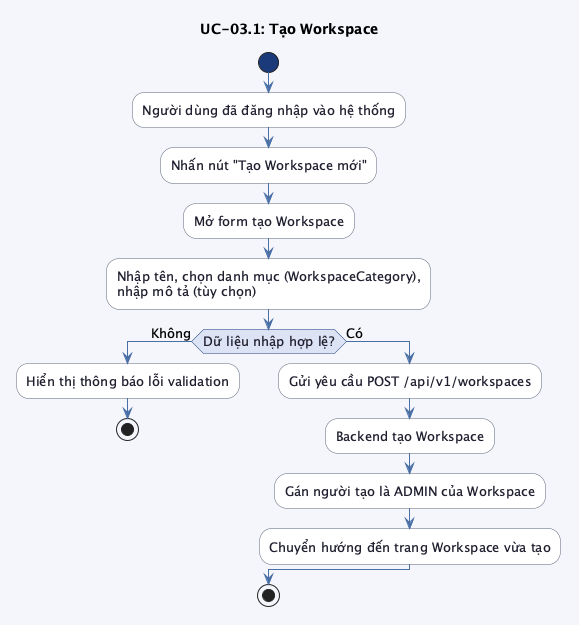
Above: src/images/chap3/activity_uc03_1.png in trongnhan34vn/trello-report (PlantUML), before the change.
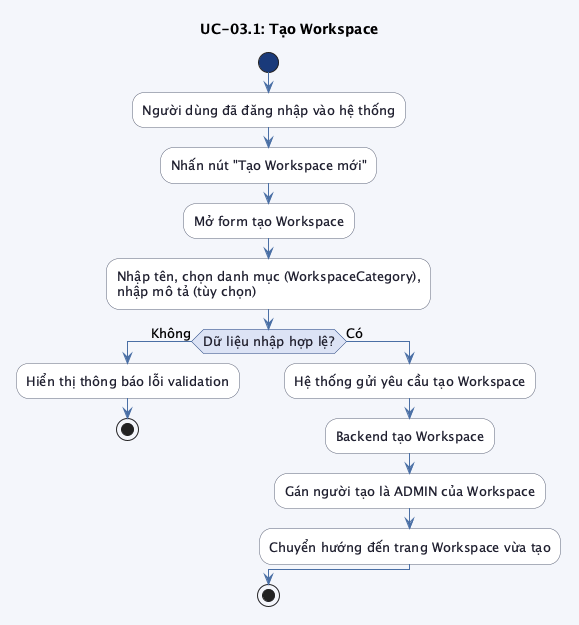
The same file after the commit.

The edit, as a diff of the source:
```diff
@@ -28,7 +28,7 @@
     :Hiển thị thông báo lỗi validation;
     stop
 else (Có)
-    :Gửi yêu cầu POST /api/v1/workspaces;
+    :Hệ thống gửi yêu cầu tạo Workspace;
     :Backend tạo Workspace;
     :Gán người tạo là ADMIN của Workspace;
     :Chuyển hướng đến trang Workspace vừa tạo;
```
